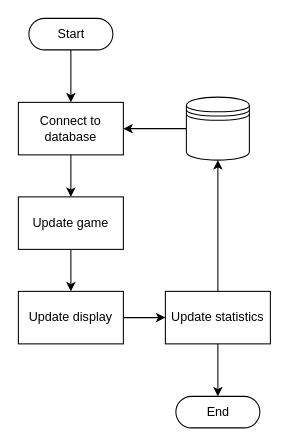
Earlier version of the draw.io diagram page "Update Game Logic" (12 of 15) of scoring/documentation/Scoring_System_Schematics.drawio (kparlak/dart-scoring-system). Source tidied: cells renumbered, new cells numbered last; positions are measured from the earlier drawing's top-left corner, leaving out a move shared by most shapes. Both pictures are drawn from the tidied source at 105%, with x=0, y=0 at pixel (18, 18).
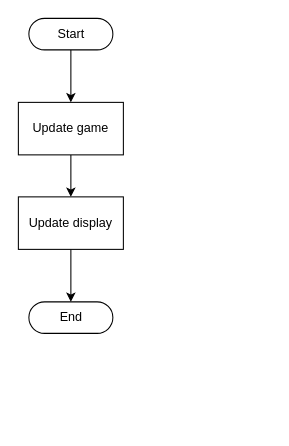
Above is the later version.

What changed in the source:
```diff
@@
 <mxGraphModel>
   <root>
     <mxCell id="0" />
     <mxCell id="1" parent="0" />
-    <mxCell id="2" style="edgeStyle=orthogonalEdgeStyle;rounded=1;jettySize=auto;html=1;exitX=0.5;exitY=0.5;exitDx=0;exitDy=15;exitPerimeter=0;entryX=0.5;entryY=0;entryDx=0;entryDy=0;strokeColor=#000000;" parent="1" edge="1" source="3" target="6">
+    <mxCell id="2" style="edgeStyle=orthogonalEdgeStyle;rounded=1;jettySize=auto;html=1;exitX=0.5;exitY=0.5;exitDx=0;exitDy=15;exitPerimeter=0;entryX=0.5;entryY=0;entryDx=0;entryDy=0;strokeColor=#000000;" parent="1" edge="1" source="3" target="10">
       <mxGeometry relative="1" as="geometry" />
     </mxCell>
     <mxCell id="3" value="Start" style="html=1;dashed=0;whitespace=wrap;shape=mxgraph.dfd.start;" parent="1" vertex="1">
       <mxGeometry x="10" width="80" height="30" as="geometry" />
     </mxCell>
     <mxCell id="4" value="End" style="html=1;dashed=0;whitespace=wrap;shape=mxgraph.dfd.start;" parent="1" vertex="1">
-      <mxGeometry x="150" y="360" width="80" height="30" as="geometry" />
+      <mxGeometry x="10" y="270" width="80" height="30" as="geometry" />
     </mxCell>
-    <mxCell id="5" style="edgeStyle=orthogonalEdgeStyle;rounded=1;jettySize=auto;html=1;exitX=0.5;exitY=1;exitDx=0;exitDy=0;entryX=0.5;entryY=0;entryDx=0;entryDy=0;" parent="1" edge="1" source="6">
-      <mxGeometry relative="1" as="geometry">
-        <mxPoint x="50" y="170" as="targetPoint" />
-      </mxGeometry>
-    </mxCell>
-    <mxCell id="6" value="Connect to database" style="html=1;dashed=0;whitespace=wrap;whiteSpace=wrap;" parent="1" vertex="1">
-      <mxGeometry y="80" width="100" height="50" as="geometry" />
-    </mxCell>
-    <mxCell id="7" style="edgeStyle=orthogonalEdgeStyle;rounded=1;jettySize=auto;html=1;exitX=0;exitY=0.5;exitDx=0;exitDy=0;entryX=1;entryY=0.5;entryDx=0;entryDy=0;" parent="1" edge="1" source="8" target="6">
-      <mxGeometry relative="1" as="geometry" />
-    </mxCell>
-    <mxCell id="8" style="shape=datastore;whiteSpace=wrap;html=1;" parent="1" vertex="1">
-      <mxGeometry x="160" y="75" width="60" height="60" as="geometry" />
-    </mxCell>
     <mxCell id="9" style="edgeStyle=orthogonalEdgeStyle;rounded=1;jettySize=auto;html=1;exitX=0.5;exitY=1;exitDx=0;exitDy=0;entryX=0.5;entryY=0;entryDx=0;entryDy=0;" parent="1" edge="1" source="10" target="12">
       <mxGeometry relative="1" as="geometry" />
     </mxCell>
     <mxCell id="10" value="Update game" style="html=1;dashed=0;whitespace=wrap;whiteSpace=wrap;" parent="1" vertex="1">
-      <mxGeometry y="170" width="100" height="50" as="geometry" />
+      <mxGeometry y="80" width="100" height="50" as="geometry" />
     </mxCell>
-    <mxCell id="11" style="edgeStyle=orthogonalEdgeStyle;rounded=1;jettySize=auto;html=1;exitX=1;exitY=0.5;exitDx=0;exitDy=0;entryX=0;entryY=0.5;entryDx=0;entryDy=0;" parent="1" edge="1" source="12" target="15">
-      <mxGeometry relative="1" as="geometry" />
-    </mxCell>
+    <mxCell id="16" style="edgeStyle=orthogonalEdgeStyle;rounded=1;jettySize=auto;html=1;exitX=0.5;exitY=1;exitDx=0;exitDy=0;entryX=0.5;entryY=0.5;entryDx=0;entryDy=-15;entryPerimeter=0;" parent="1" edge="1" source="12" target="4">
+      <mxGeometry relative="1" as="geometry" />
+    </mxCell>
     <mxCell id="12" value="Update display" style="html=1;dashed=0;whitespace=wrap;whiteSpace=wrap;" parent="1" vertex="1">
-      <mxGeometry y="260" width="100" height="50" as="geometry" />
+      <mxGeometry y="170" width="100" height="50" as="geometry" />
     </mxCell>
-    <mxCell id="13" style="edgeStyle=orthogonalEdgeStyle;rounded=1;jettySize=auto;html=1;exitX=0.5;exitY=1;exitDx=0;exitDy=0;entryX=0.5;entryY=0.5;entryDx=0;entryDy=-15;entryPerimeter=0;" parent="1" edge="1" source="15" target="4">
-      <mxGeometry relative="1" as="geometry" />
-    </mxCell>
-    <mxCell id="14" style="edgeStyle=orthogonalEdgeStyle;rounded=1;jettySize=auto;html=1;exitX=0.5;exitY=0;exitDx=0;exitDy=0;entryX=0.5;entryY=1;entryDx=0;entryDy=0;" parent="1" edge="1" source="15" target="8">
-      <mxGeometry relative="1" as="geometry" />
-    </mxCell>
-    <mxCell id="15" value="Update statistics" style="html=1;dashed=0;whitespace=wrap;whiteSpace=wrap;" parent="1" vertex="1">
-      <mxGeometry x="140" y="260" width="100" height="50" as="geometry" />
-    </mxCell>
   </root>
 </mxGraphModel>
```
